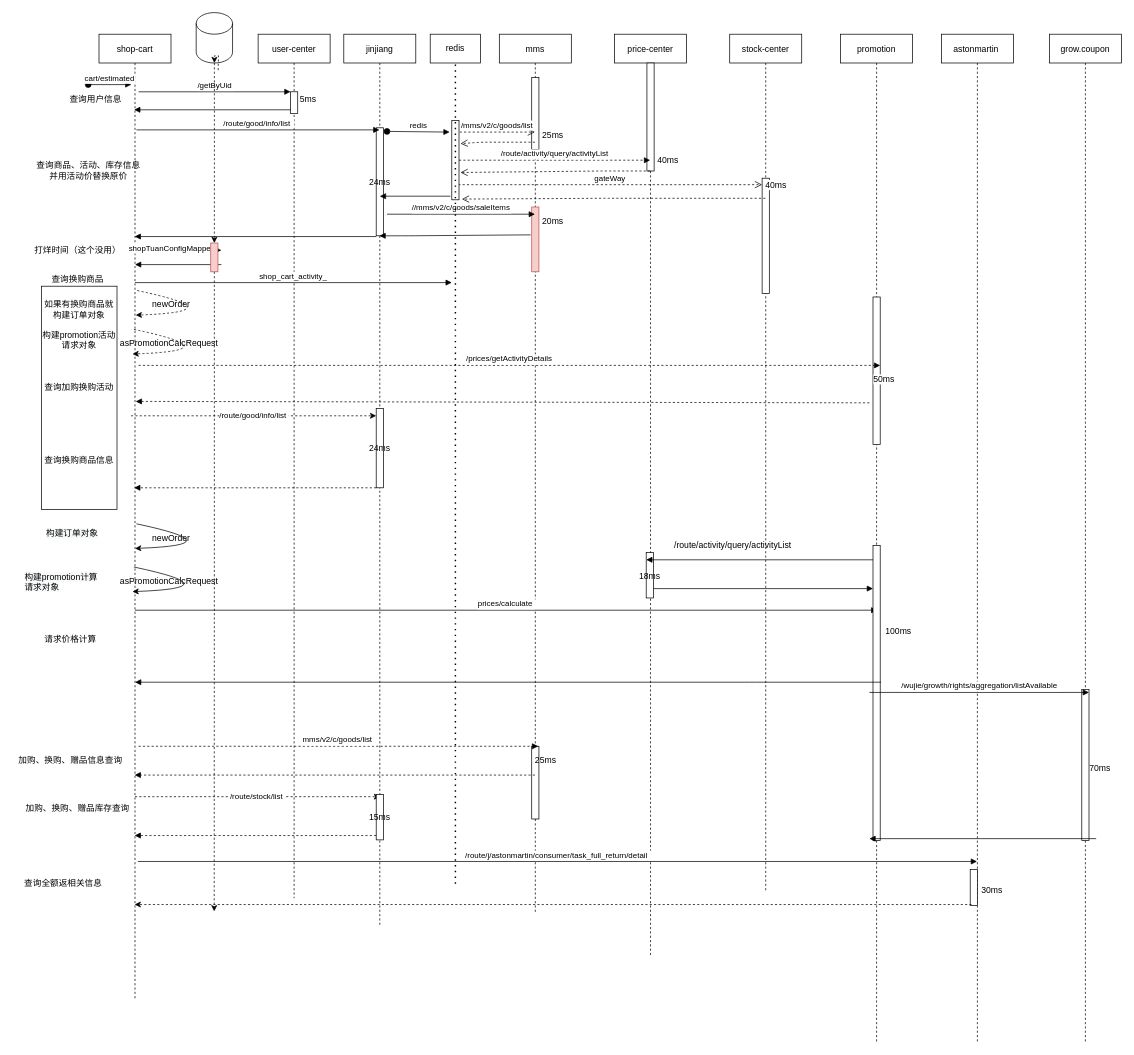
liu11476/liujia_repository keeps this draw.io diagram as Untitled Diagram.drawio. Above is the earlier version. Source tidied: cells renumbered, new cells numbered last; positions are measured from the earlier drawing's top-left corner, leaving out a move shared by most shapes. Both pictures are drawn from the tidied source at 72%, with x=0, y=0 at pixel (12, 12).
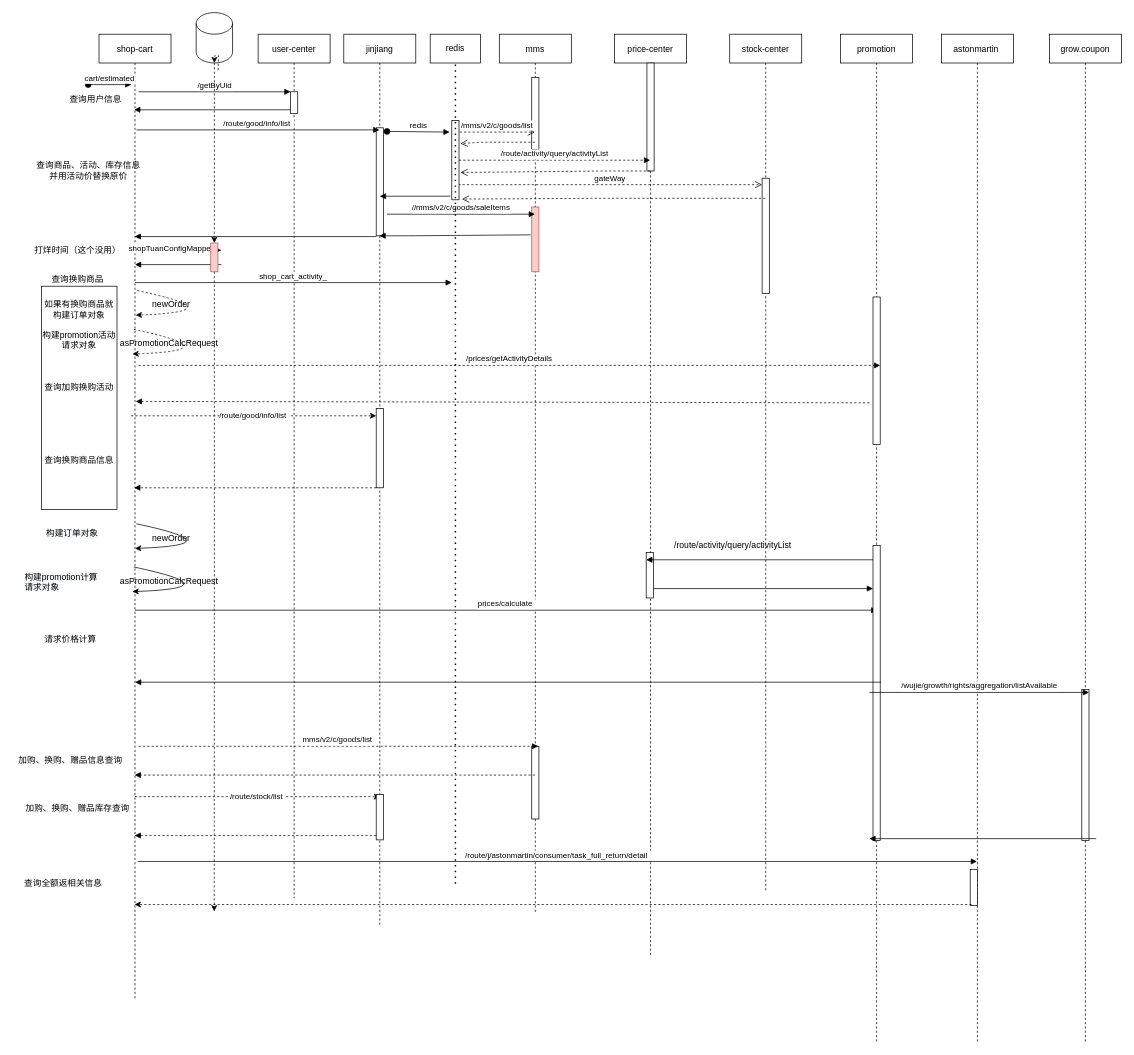
The same page after the edit.

Unchanged cells that the change refers to:
```xml
<mxCell id="8" value="jinjiang" style="shape=umlLifeline;perimeter=lifelinePerimeter;rounded=0;shadow=0;strokeWidth=1;" parent="1" vertex="1">
  <mxGeometry x="460" y="30" width="100" height="1240" as="geometry" />
</mxCell>
<mxCell id="21" value="price-center" style="shape=umlLifeline;perimeter=lifelinePerimeter;rounded=0;shadow=0;strokeWidth=1;" parent="1" vertex="1">
  <mxGeometry x="836" y="30" width="100" height="1280" as="geometry" />
</mxCell>
```

The edit, as a diff of the source:
```diff
@@
-    <mxCell id="9" value="24ms" style="points=[];perimeter=orthogonalPerimeter;rounded=0;shadow=0;strokeWidth=1;" parent="8" vertex="1">
+    <mxCell id="9" style="points=[];perimeter=orthogonalPerimeter;rounded=0;shadow=0;strokeWidth=1;" parent="8" vertex="1">
       <mxGeometry x="45" y="130" width="10" height="150" as="geometry" />
     </mxCell>
@@
-    <mxCell id="23" value="18ms" style="perimeter=orthogonalPerimeter;rounded=0;shadow=0;strokeWidth=1;" parent="21" vertex="1">
+    <mxCell id="23" style="perimeter=orthogonalPerimeter;rounded=0;shadow=0;strokeWidth=1;" parent="21" vertex="1">
       <mxGeometry x="44" y="720" width="10" height="63" as="geometry" />
     </mxCell>
@@
-    <mxCell id="63" value="15ms" style="perimeter=orthogonalPerimeter;rounded=0;shadow=0;strokeWidth=1;" parent="1" vertex="1">
+    <mxCell id="63" style="perimeter=orthogonalPerimeter;rounded=0;shadow=0;strokeWidth=1;" parent="1" vertex="1">
       <mxGeometry x="505" y="1086" width="10" height="63" as="geometry" />
     </mxCell>
@@
-    <mxCell id="65" value="24ms" style="perimeter=orthogonalPerimeter;rounded=0;shadow=0;strokeWidth=1;" parent="1" vertex="1">
+    <mxCell id="65" style="perimeter=orthogonalPerimeter;rounded=0;shadow=0;strokeWidth=1;" parent="1" vertex="1">
       <mxGeometry x="505" y="550" width="10" height="110" as="geometry" />
     </mxCell>
@@
-    <mxCell id="81" value="&lt;span style=&quot;font-family: , , &amp;#34;pingfang sc&amp;#34; , &amp;#34;helvetica&amp;#34; , &amp;#34;tahoma&amp;#34; , &amp;#34;arial&amp;#34; , &amp;#34;hiragino sans gb&amp;#34; , &amp;#34;microsoft yahei&amp;#34; , &amp;#34;simsun&amp;#34; , &amp;#34;heiti&amp;#34; , sans-serif ; text-align: left ; background-color: rgb(255 , 255 , 255)&quot;&gt;25ms&lt;/span&gt;" style="text;html=1;align=center;verticalAlign=middle;" parent="1" vertex="1">
-      <mxGeometry x="730" y="160" width="40" height="20" as="geometry" />
-    </mxCell>
-    <mxCell id="82" value="&lt;span style=&quot;font-family: , , &amp;#34;pingfang sc&amp;#34; , &amp;#34;helvetica&amp;#34; , &amp;#34;tahoma&amp;#34; , &amp;#34;arial&amp;#34; , &amp;#34;hiragino sans gb&amp;#34; , &amp;#34;microsoft yahei&amp;#34; , &amp;#34;simsun&amp;#34; , &amp;#34;heiti&amp;#34; , sans-serif ; text-align: right ; background-color: rgb(255 , 255 , 255)&quot;&gt;20ms&lt;/span&gt;" style="text;html=1;align=center;verticalAlign=middle;" parent="1" vertex="1">
-      <mxGeometry x="730" y="280" width="40" height="20" as="geometry" />
-    </mxCell>
-    <mxCell id="83" value="&lt;span style=&quot;font-family: , , &amp;#34;pingfang sc&amp;#34; , &amp;#34;helvetica&amp;#34; , &amp;#34;tahoma&amp;#34; , &amp;#34;arial&amp;#34; , &amp;#34;hiragino sans gb&amp;#34; , &amp;#34;microsoft yahei&amp;#34; , &amp;#34;simsun&amp;#34; , &amp;#34;heiti&amp;#34; , sans-serif ; text-align: right ; background-color: rgb(255 , 255 , 255)&quot;&gt;40ms&lt;/span&gt;" style="text;html=1;align=center;verticalAlign=middle;" parent="1" vertex="1">
-      <mxGeometry x="890" y="195" width="40" height="20" as="geometry" />
-    </mxCell>
-    <mxCell id="84" value="&lt;span style=&quot;text-align: right ; background-color: rgb(255 , 255 , 255)&quot;&gt;40ms&lt;/span&gt;" style="text;html=1;align=center;verticalAlign=middle;" parent="1" vertex="1">
-      <mxGeometry x="1040" y="230" width="40" height="20" as="geometry" />
-    </mxCell>
-    <mxCell id="85" value="&lt;span style=&quot;text-align: right ; background-color: rgb(255 , 255 , 255)&quot;&gt;5ms&lt;/span&gt;" style="text;html=1;align=center;verticalAlign=middle;" parent="1" vertex="1">
-      <mxGeometry x="390" y="110" width="40" height="20" as="geometry" />
-    </mxCell>
-    <mxCell id="86" value="&lt;span style=&quot;font-family: , , &amp;#34;pingfang sc&amp;#34; , &amp;#34;helvetica&amp;#34; , &amp;#34;tahoma&amp;#34; , &amp;#34;arial&amp;#34; , &amp;#34;hiragino sans gb&amp;#34; , &amp;#34;microsoft yahei&amp;#34; , &amp;#34;simsun&amp;#34; , &amp;#34;heiti&amp;#34; , sans-serif ; text-align: left ; background-color: rgb(255 , 255 , 255)&quot;&gt;50ms&lt;/span&gt;" style="text;html=1;align=center;verticalAlign=middle;" parent="1" vertex="1">
-      <mxGeometry x="1190" y="500" width="40" height="20" as="geometry" />
-    </mxCell>
-    <mxCell id="87" value="25ms" style="text;html=1;align=center;verticalAlign=middle;" parent="1" vertex="1">
-      <mxGeometry x="720" y="1029" width="40" height="20" as="geometry" />
-    </mxCell>
-    <mxCell id="88" value="100ms" style="text;html=1;align=center;verticalAlign=middle;" parent="1" vertex="1">
-      <mxGeometry x="1205" y="850" width="50" height="20" as="geometry" />
-    </mxCell>
-    <mxCell id="89" value="&lt;span style=&quot;font-family: , , &amp;#34;pingfang sc&amp;#34; , &amp;#34;helvetica&amp;#34; , &amp;#34;tahoma&amp;#34; , &amp;#34;arial&amp;#34; , &amp;#34;hiragino sans gb&amp;#34; , &amp;#34;microsoft yahei&amp;#34; , &amp;#34;simsun&amp;#34; , &amp;#34;heiti&amp;#34; , sans-serif ; text-align: left ; background-color: rgb(255 , 255 , 255)&quot;&gt;30ms&lt;/span&gt;" style="text;html=1;align=center;verticalAlign=middle;" parent="1" vertex="1">
-      <mxGeometry x="1340" y="1209" width="40" height="20" as="geometry" />
-    </mxCell>
@@
-    <mxCell id="98" value="70ms" style="text;html=1;align=center;verticalAlign=middle;" parent="1" vertex="1">
-      <mxGeometry x="1490" y="1040" width="40" height="20" as="geometry" />
-    </mxCell>
```
